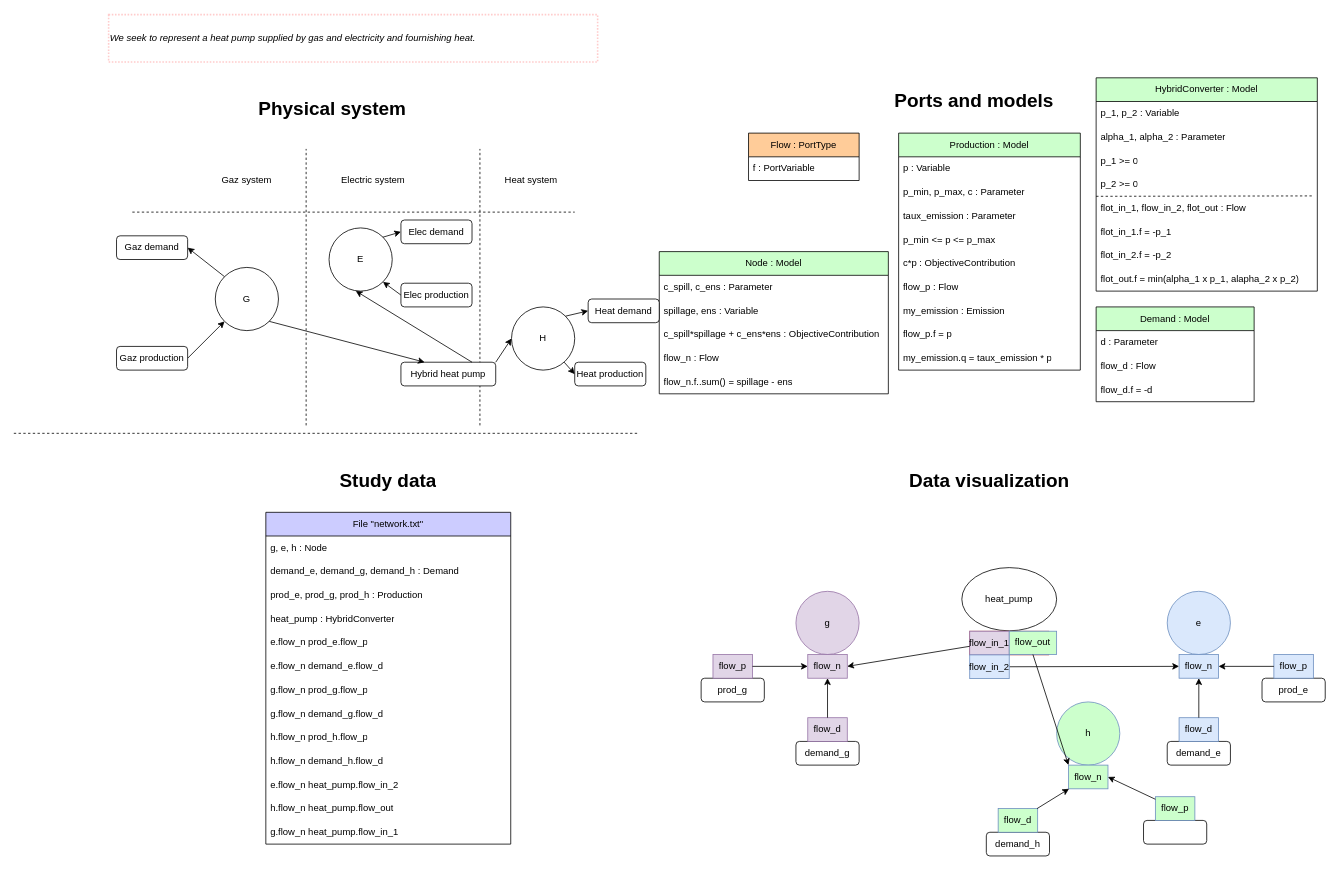
Before: models-design/systems/hybrid_converter.drawio in AntaresSimulatorTeam/andromede-modeling-prototype, a draw.io diagram. Source tidied: cells renumbered, new cells numbered last; positions are measured from the earlier drawing's top-left corner, leaving out a move shared by most shapes. Both pictures are drawn from the tidied source at 79%, with x=0, y=0 at pixel (13, 14).
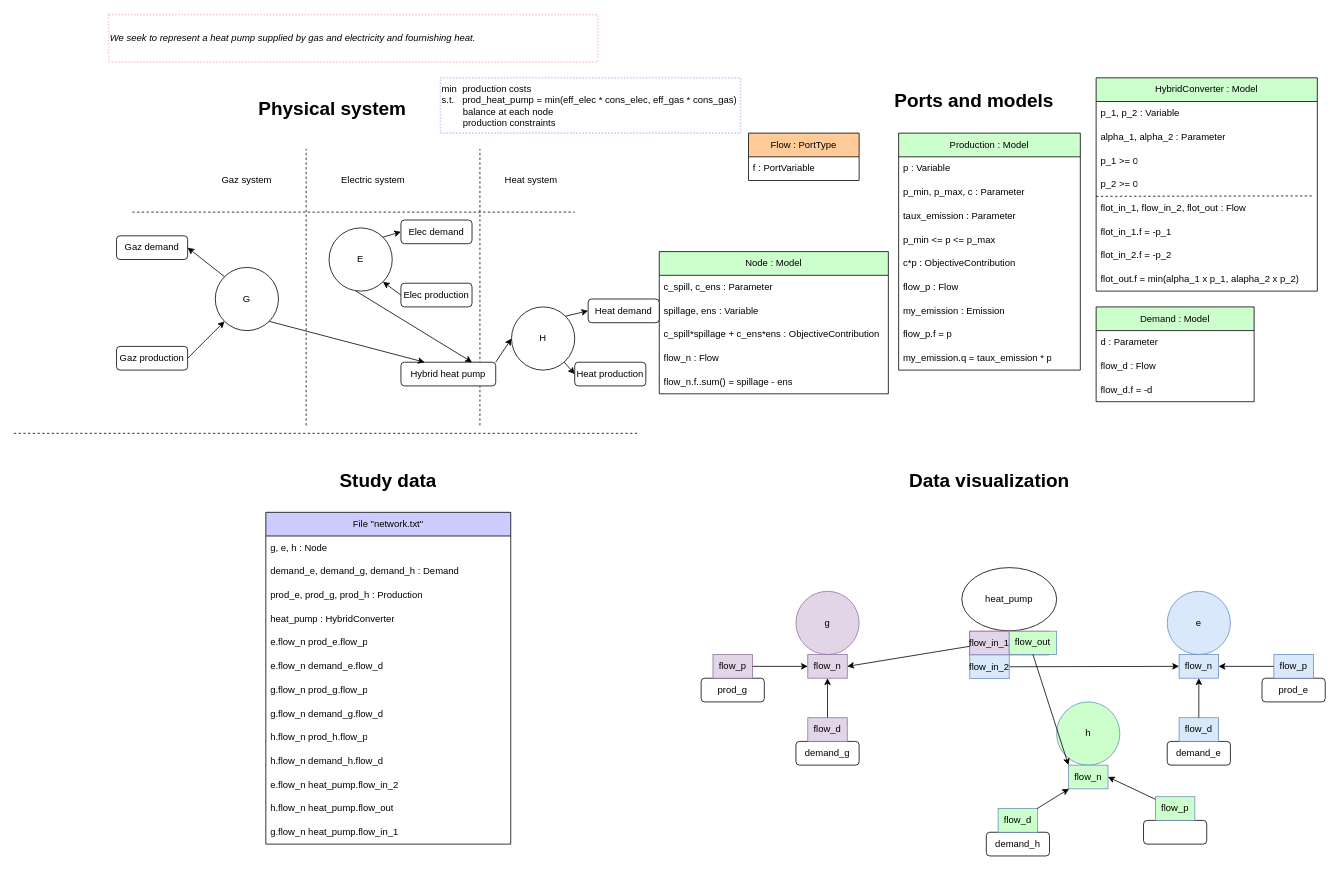
The same page after the edit.

The change refers to these unchanged cells:
```xml
<mxCell id="7" value="E" style="ellipse;whiteSpace=wrap;html=1;" parent="1" vertex="1">
  <mxGeometry x="399" y="270" width="80" height="80" as="geometry" />
</mxCell>
<mxCell id="111" value="Hybrid heat pump" style="rounded=1;whiteSpace=wrap;html=1;" parent="1" vertex="1">
  <mxGeometry x="490" y="440" width="120" height="30" as="geometry" />
</mxCell>
```

Change to the diagram source:
```diff
@@
-    <mxCell id="113" style="endArrow=classic;html=1;rounded=0;exitX=0.75;exitY=0;exitDx=0;exitDy=0;entryX=0.423;entryY=0.998;entryDx=0;entryDy=0;entryPerimeter=0;" parent="1" edge="1" source="111" target="7">
+    <mxCell id="113" style="endArrow=none;html=1;rounded=0;exitX=0.75;exitY=0;exitDx=0;exitDy=0;entryX=0.423;entryY=0.998;entryDx=0;entryDy=0;entryPerimeter=0;startArrow=classic;startFill=1;endFill=0;" parent="1" edge="1" source="111" target="7">
       <mxGeometry relative="1" as="geometry" />
     </mxCell>
@@
+    <mxCell id="123" value="min&amp;nbsp; production costs&lt;br&gt;s.t.&amp;nbsp; &amp;nbsp;prod_heat_pump = min(eff_elec * cons_elec, eff_gas * cons_gas)&lt;br&gt;&lt;span style=&quot;&quot;&gt;&#9;&lt;/span&gt;&lt;span style=&quot;white-space: pre;&quot;&gt;&#9;&lt;/span&gt;balance at each node&lt;br&gt;&lt;span style=&quot;white-space: pre;&quot;&gt;&#9;&lt;/span&gt;production constraints&amp;nbsp;" style="text;html=1;strokeColor=#CCCCFF;fillColor=none;align=left;verticalAlign=middle;whiteSpace=wrap;rounded=0;dashed=1;dashPattern=1 1;strokeWidth=2;" parent="1" vertex="1">
+      <mxGeometry x="540" y="80" width="380" height="70" as="geometry" />
+    </mxCell>
```
